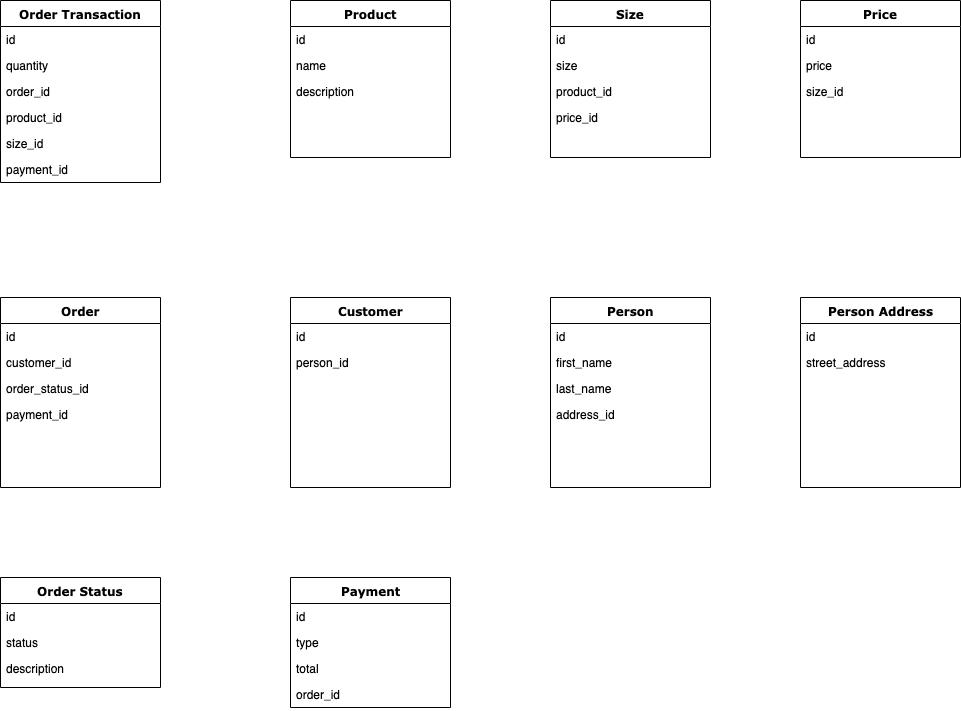
Before: database-schema.png, a diagram exported from draw.io (nattaponaie/moberries). Source tidied: cells renumbered, new cells last; positions are measured from the earlier drawing's top-left corner, leaving out a move shared by most shapes.
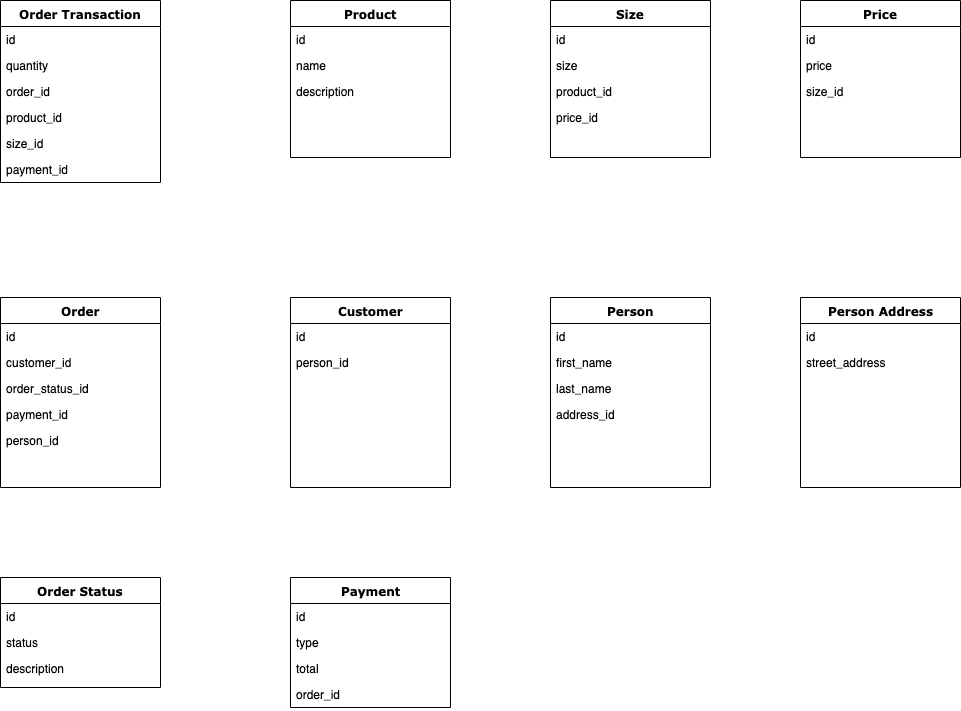
The same diagram one commit later.

Commit message:
update database schema img

What changed in the source:
```diff
@@ -17,6 +17,9 @@
     <mxCell id="6" value="payment_id" style="text;html=1;strokeColor=none;fillColor=none;align=left;verticalAlign=top;spacingLeft=4;spacingRight=4;whiteSpace=wrap;overflow=hidden;" parent="2" vertex="1">
       <mxGeometry y="104" width="160" height="26" as="geometry" />
     </mxCell>
+    <mxCell id="48" value="person_id" style="text;html=1;strokeColor=none;fillColor=none;align=left;verticalAlign=top;spacingLeft=4;spacingRight=4;whiteSpace=wrap;overflow=hidden;" parent="2" vertex="1">
+      <mxGeometry y="130" width="160" height="26" as="geometry" />
+    </mxCell>
     <mxCell id="7" value="Product" style="swimlane;html=1;fontStyle=1;align=center;verticalAlign=top;horizontal=1;startSize=26;swimlaneFillColor=#ffffff;rounded=0;shadow=0;comic=0;labelBackgroundColor=none;strokeWidth=1;fillColor=none;fontFamily=Verdana;fontSize=12;" parent="1" vertex="1">
       <mxGeometry x="290" width="160" height="157" as="geometry" />
     </mxCell>
```
